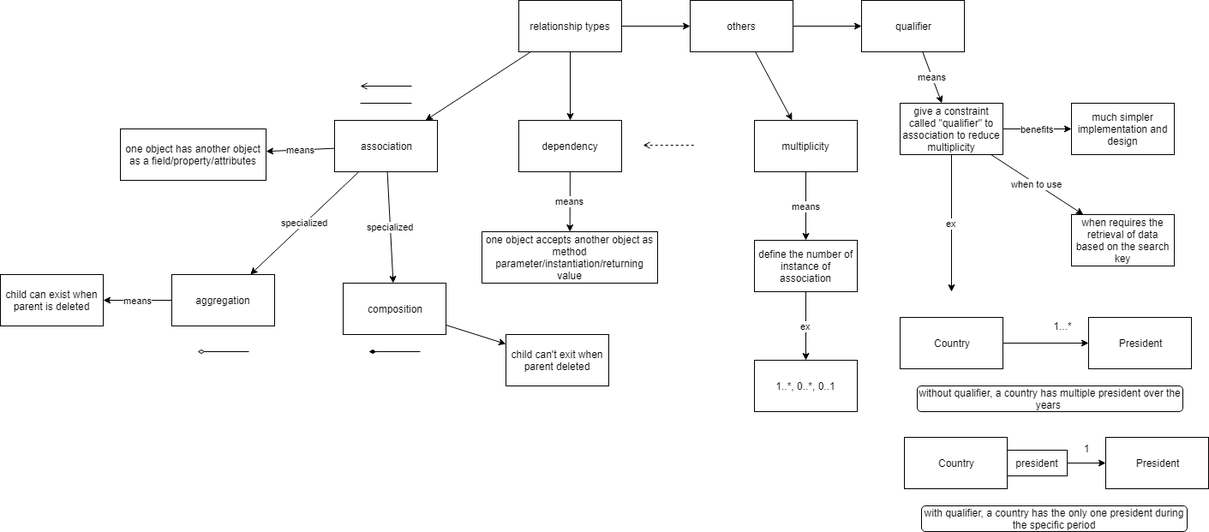
stsiwo/ddd_concept keeps this draw.io diagram as association_concept_uml.PNG. Above is the earlier version. Source tidied: cells renumbered, new cells last; positions are measured from the earlier drawing's top-left corner, leaving out a move shared by most shapes.
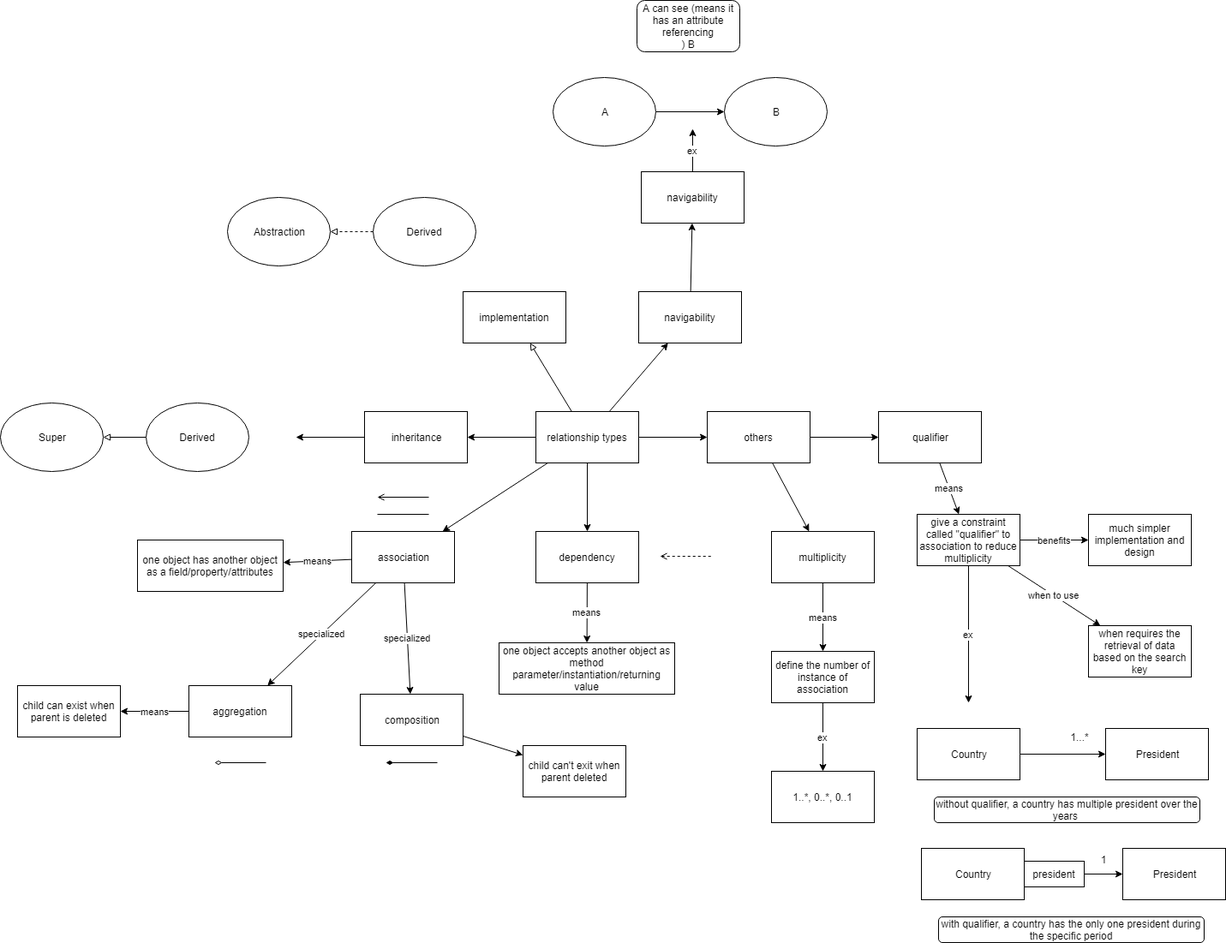
Above is the later version.

Change to the diagram source:
```diff
@@ -11,9 +11,43 @@
     <mxCell id="4" style="edgeStyle=none;rounded=0;jettySize=auto;html=1;startArrow=none;startFill=0;" parent="1" edge="1" source="5" target="8">
       <mxGeometry relative="1" as="geometry" />
     </mxCell>
+    <mxCell id="52" style="rounded=0;jettySize=auto;html=1;" parent="1" edge="1" source="5" target="59">
+      <mxGeometry relative="1" as="geometry" />
+    </mxCell>
+    <mxCell id="53" style="edgeStyle=orthogonalEdgeStyle;rounded=0;jettySize=auto;html=1;" parent="1" edge="1" source="5" target="57">
+      <mxGeometry relative="1" as="geometry" />
+    </mxCell>
+    <mxCell id="54" style="edgeStyle=none;rounded=0;jettySize=auto;html=1;endArrow=block;endFill=0;" parent="1" edge="1" source="5" target="55">
+      <mxGeometry relative="1" as="geometry" />
+    </mxCell>
     <mxCell id="5" value="relationship types" style="rounded=0;whiteSpace=wrap;html=1;" parent="1" vertex="1">
       <mxGeometry x="605" width="120" height="60" as="geometry" />
     </mxCell>
+    <mxCell id="55" value="implementation" style="rounded=0;whiteSpace=wrap;html=1;" parent="1" vertex="1">
+      <mxGeometry x="520" y="-140" width="120" height="60" as="geometry" />
+    </mxCell>
+    <mxCell id="56" style="edgeStyle=orthogonalEdgeStyle;rounded=0;jettySize=auto;html=1;" parent="1" edge="1" source="57">
+      <mxGeometry relative="1" as="geometry">
+        <mxPoint x="325" y="30" as="targetPoint" />
+      </mxGeometry>
+    </mxCell>
+    <mxCell id="57" value="inheritance" style="rounded=0;whiteSpace=wrap;html=1;" parent="1" vertex="1">
+      <mxGeometry x="405" width="120" height="60" as="geometry" />
+    </mxCell>
+    <mxCell id="58" style="rounded=0;jettySize=auto;html=1;" parent="1" edge="1" source="59" target="61">
+      <mxGeometry relative="1" as="geometry" />
+    </mxCell>
+    <mxCell id="59" value="navigability" style="rounded=0;whiteSpace=wrap;html=1;" parent="1" vertex="1">
+      <mxGeometry x="725" y="-140" width="120" height="60" as="geometry" />
+    </mxCell>
+    <mxCell id="60" value="ex" style="edgeStyle=orthogonalEdgeStyle;rounded=0;jettySize=auto;html=1;" parent="1" edge="1" source="61">
+      <mxGeometry relative="1" as="geometry">
+        <mxPoint x="788" y="-330" as="targetPoint" />
+      </mxGeometry>
+    </mxCell>
+    <mxCell id="61" value="navigability" style="rounded=0;whiteSpace=wrap;html=1;" parent="1" vertex="1">
+      <mxGeometry x="728" y="-280" width="120" height="60" as="geometry" />
+    </mxCell>
     <mxCell id="6" style="edgeStyle=none;rounded=0;jettySize=auto;html=1;startArrow=none;startFill=0;" parent="1" edge="1" source="8" target="18">
       <mxGeometry relative="1" as="geometry" />
     </mxCell>
@@ -169,5 +203,35 @@
     <mxCell id="51" value="president" style="rounded=0;whiteSpace=wrap;html=1;" parent="1" vertex="1">
       <mxGeometry x="1175" y="525" width="70" height="30" as="geometry" />
     </mxCell>
+    <mxCell id="62" style="edgeStyle=orthogonalEdgeStyle;rounded=0;jettySize=auto;html=1;" parent="1" edge="1" source="63" target="64">
+      <mxGeometry relative="1" as="geometry" />
+    </mxCell>
+    <mxCell id="63" value="A" style="ellipse;whiteSpace=wrap;html=1;" parent="1" vertex="1">
+      <mxGeometry x="625" y="-390" width="120" height="80" as="geometry" />
+    </mxCell>
+    <mxCell id="64" value="B" style="ellipse;whiteSpace=wrap;html=1;" parent="1" vertex="1">
+      <mxGeometry x="825" y="-390" width="120" height="80" as="geometry" />
+    </mxCell>
+    <mxCell id="65" value="A can see (&lt;span&gt;means it has an attribute referencing&lt;/span&gt;&lt;br&gt;) B" style="rounded=1;whiteSpace=wrap;html=1;" parent="1" vertex="1">
+      <mxGeometry x="723" y="-480" width="120" height="60" as="geometry" />
+    </mxCell>
+    <mxCell id="66" value="Super" style="ellipse;whiteSpace=wrap;html=1;" parent="1" vertex="1">
+      <mxGeometry x="-20" y="-10" width="120" height="80" as="geometry" />
+    </mxCell>
+    <mxCell id="67" style="edgeStyle=orthogonalEdgeStyle;rounded=0;jettySize=auto;html=1;endArrow=block;endFill=0;" parent="1" edge="1" source="68" target="66">
+      <mxGeometry relative="1" as="geometry" />
+    </mxCell>
+    <mxCell id="68" value="Derived" style="ellipse;whiteSpace=wrap;html=1;" parent="1" vertex="1">
+      <mxGeometry x="150" y="-10" width="120" height="80" as="geometry" />
+    </mxCell>
+    <mxCell id="69" value="Abstraction" style="ellipse;whiteSpace=wrap;html=1;" parent="1" vertex="1">
+      <mxGeometry x="245" y="-250" width="120" height="80" as="geometry" />
+    </mxCell>
+    <mxCell id="70" style="edgeStyle=orthogonalEdgeStyle;rounded=0;jettySize=auto;html=1;endArrow=block;endFill=0;dashed=1;" parent="1" edge="1" source="71" target="69">
+      <mxGeometry relative="1" as="geometry" />
+    </mxCell>
+    <mxCell id="71" value="Derived" style="ellipse;whiteSpace=wrap;html=1;" parent="1" vertex="1">
+      <mxGeometry x="415" y="-250" width="120" height="80" as="geometry" />
+    </mxCell>
   </root>
 </mxGraphModel>
```
